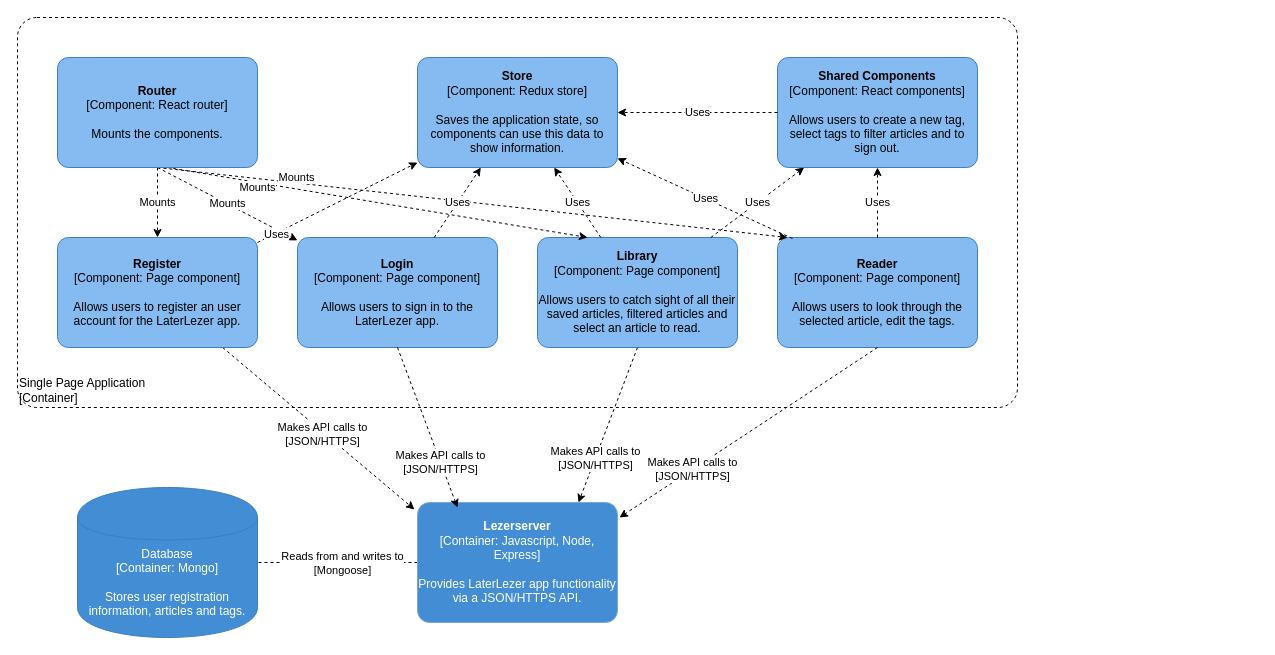
Before: page "component-diagram-lezerapp" (5 of 7) of documents/c4model.drawio in Patrickroelofs/HANICA-DWA-Laterlezer, a draw.io diagram. Source tidied: cells renumbered, new cells numbered last; positions are measured from the earlier drawing's top-left corner, leaving out a move shared by most shapes. Both pictures are drawn from the tidied source at 100%, with x=0, y=0 at pixel (17, 17).
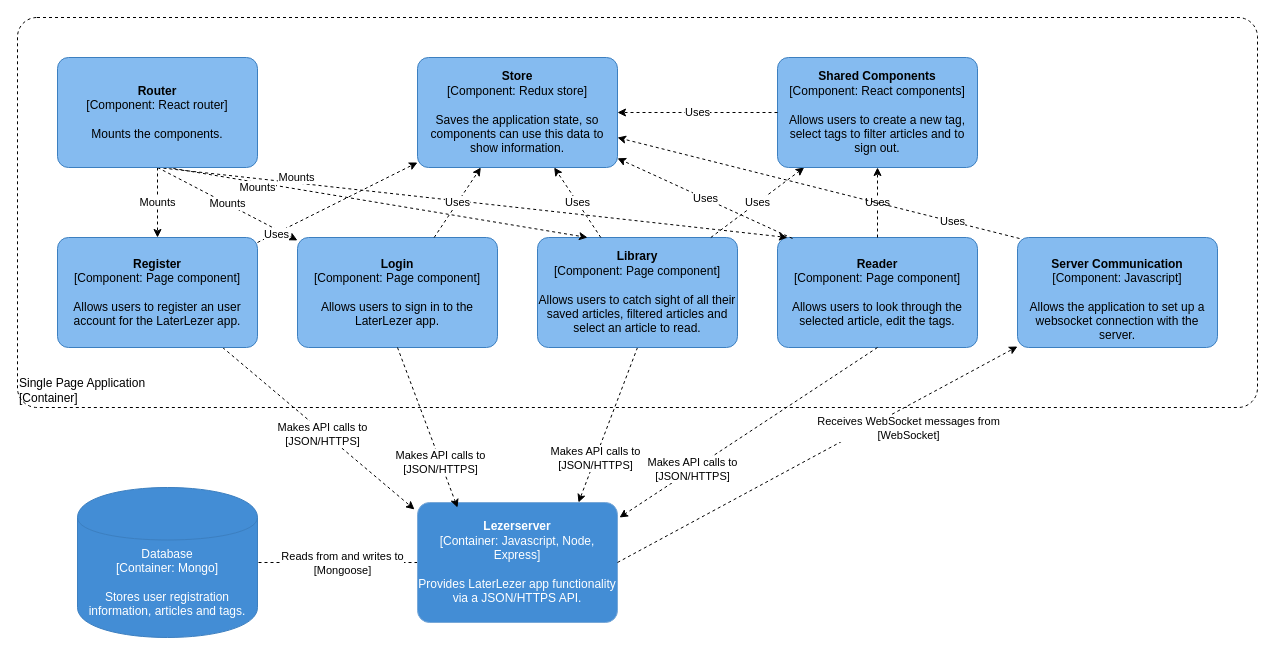
Above is the later version.

Unchanged cells that the change refers to:
```xml
<object id="10" label="&lt;b&gt;%c4Name%&lt;/b&gt;&lt;div&gt;[%c4Type%: %c4Technology%]&lt;/div&gt;&lt;br&gt;&lt;div&gt;%c4Description%&lt;/div&gt;" c4Description="Provides LaterLezer app functionality via a JSON/HTTPS API." c4Name="Lezerserver" c4Technology="Javascript, Node, Express" c4Type="Container" placeholders="1">
  <mxCell style="rounded=1;whiteSpace=wrap;html=1;labelBackgroundColor=none;fontColor=#ffffff;align=center;arcSize=10;strokeColor=#78A8D8;metaData={&quot;c4Type&quot;:{&quot;editable&quot;:false}};points=[[0.25,0,0],[0.5,0,0],[0.75,0,0],[1,0.25,0],[1,0.5,0],[1,0.75,0],[0.75,1,0],[0.5,1,0],[0.25,1,0],[0,0.75,0],[0,0.5,0],[0,0.25,0]];fillColor=#438DD5;" parent="1" vertex="1">
    <mxGeometry x="400" y="485" width="200" height="120" as="geometry" />
  </mxCell>
</object>
<object id="30" label="&lt;b&gt;%c4Name%&lt;/b&gt;&lt;div&gt;[%c4Type%: %c4Technology%]&lt;/div&gt;&lt;br&gt;&lt;div&gt;%c4Description%&lt;/div&gt;" c4Description="Saves the application state, so components can use this data to show information." c4Name="Store" c4Technology="Redux store" c4Type="Component" placeholders="1">
  <mxCell style="rounded=1;whiteSpace=wrap;html=1;labelBackgroundColor=none;align=center;arcSize=10;strokeColor=#3C7FC0;metaData={&quot;c4Type&quot;:{&quot;editable&quot;:false}};points=[[0.25,0,0],[0.5,0,0],[0.75,0,0],[1,0.25,0],[1,0.5,0],[1,0.75,0],[0.75,1,0],[0.5,1,0],[0.25,1,0],[0,0.75,0],[0,0.5,0],[0,0.25,0]];fillColor=#85BBF0;" parent="1" vertex="1">
    <mxGeometry x="400" y="40" width="200" height="110" as="geometry" />
  </mxCell>
</object>
```

Change to the diagram source:
```diff
@@
     <object id="2" label="&lt;div style=&quot;text-align: left&quot;&gt;%c4Name%&lt;/div&gt;&lt;div style=&quot;text-align: left&quot;&gt;[%c4Application%]&lt;/div&gt;" c4Application="Container" c4Name="Single Page Application" placeholders="1">
       <mxCell style="rounded=1;whiteSpace=wrap;html=1;labelBackgroundColor=none;fontColor=#000000;align=left;arcSize=5;strokeColor=#000000;verticalAlign=bottom;metaData={&quot;c4Type&quot;:{&quot;editable&quot;:false}};dashed=1;fillColor=none;" parent="1" vertex="1">
-        <mxGeometry width="1000" height="390" as="geometry" />
+        <mxGeometry width="1240" height="390" as="geometry" />
       </mxCell>
     </object>
@@
+    <mxCell id="31" style="rounded=0;jettySize=auto;html=1;dashed=1;exitX=0.01;exitY=0.009;exitDx=0;exitDy=0;exitPerimeter=0;" parent="1" edge="1" source="35" target="30">
+      <mxGeometry relative="1" as="geometry" />
+    </mxCell>
+    <mxCell id="32" value="Uses" style="edgeLabel;html=1;align=center;verticalAlign=middle;" parent="31" vertex="1">
+      <mxGeometry x="-0.66" relative="1" as="geometry" />
+    </mxCell>
+    <mxCell id="33" style="edgeStyle=none;rounded=0;jettySize=auto;html=1;dashed=1;exitX=1;exitY=0.5;exitDx=0;exitDy=0;exitPerimeter=0;" parent="1" edge="1" source="10" target="35">
+      <mxGeometry relative="1" as="geometry" />
+    </mxCell>
+    <mxCell id="34" value="Receives WebSocket messages from&lt;br&gt;[WebSocket]" style="edgeLabel;html=1;align=center;verticalAlign=middle;" parent="33" vertex="1">
+      <mxGeometry x="0.13" y="1" relative="1" as="geometry">
+        <mxPoint x="64.8" y="-11.5" as="offset" />
+      </mxGeometry>
+    </mxCell>
+    <object id="35" label="&lt;b&gt;%c4Name%&lt;/b&gt;&lt;div&gt;[%c4Type%: %c4Technology%]&lt;/div&gt;&lt;br&gt;&lt;div&gt;%c4Description%&lt;/div&gt;" c4Description="Allows the application to set up a websocket connection with the server." c4Name="&#10;Server Communication" c4Technology="Javascript" c4Type="Component" placeholders="1">
+      <mxCell style="rounded=1;whiteSpace=wrap;html=1;labelBackgroundColor=none;align=center;arcSize=10;strokeColor=#3C7FC0;metaData={&quot;c4Type&quot;:{&quot;editable&quot;:false}};points=[[0.25,0,0],[0.5,0,0],[0.75,0,0],[1,0.25,0],[1,0.5,0],[1,0.75,0],[0.75,1,0],[0.5,1,0],[0.25,1,0],[0,0.75,0],[0,0.5,0],[0,0.25,0]];fillColor=#85BBF0;" parent="1" vertex="1">
+        <mxGeometry x="1000" y="220" width="200" height="110" as="geometry" />
+      </mxCell>
+    </object>
```
